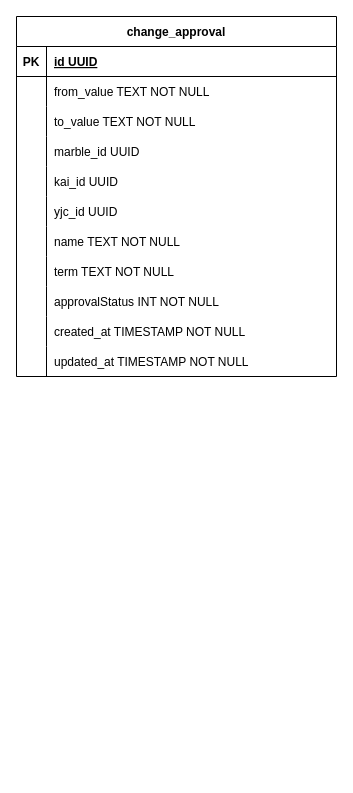
Above: kai-game-control.drawio in wayneGoCode/drawio-diagrams (draw.io), before the change. Source tidied: cells renumbered, new cells numbered last; positions are measured from the earlier drawing's top-left corner, leaving out a move shared by most shapes. Both pictures are drawn from the tidied source at 100%, with x=0, y=0 at pixel (16, 16).
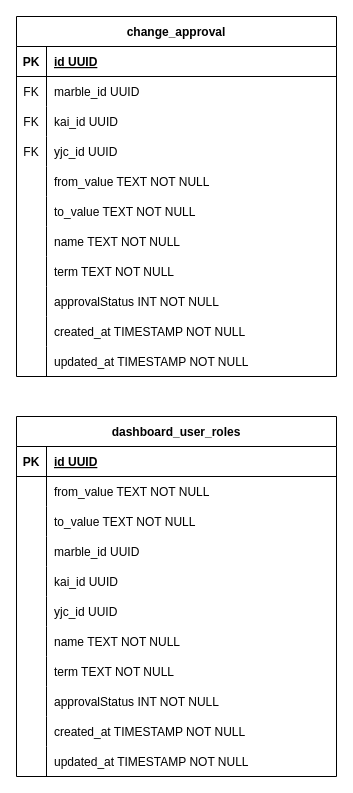
After the change.

Unchanged cells that the change refers to:
```xml
<mxCell id="2" value="change_approval" style="shape=table;startSize=30;childLayout=tableLayout;rowLines=0;fontStyle=1;align=center;" parent="1" vertex="1">
  <mxGeometry width="320" height="360" as="geometry" />
</mxCell>
```

Diff of the diagram source:
```diff
@@
-    <mxCell id="6" style="shape=tableRow;horizontal=0;startSize=0;swimlaneHead=0;swimlaneBody=0;fillColor=none;strokeColor=inherit;top=0;left=0;right=0;bottom=0;" parent="2" vertex="1">
-      <mxGeometry y="60" width="320" height="30" as="geometry" />
-    </mxCell>
-    <mxCell id="7" style="shape=partialRectangle;overflow=hidden;fillColor=none;strokeColor=inherit;top=0;left=0;bottom=0;right=0;" parent="6" vertex="1">
-      <mxGeometry width="30" height="30" as="geometry" />
-    </mxCell>
-    <mxCell id="8" value="from_value TEXT NOT NULL" style="shape=partialRectangle;overflow=hidden;fillColor=none;align=left;strokeColor=inherit;top=0;left=0;bottom=0;right=0;spacingLeft=6;" parent="6" vertex="1">
-      <mxGeometry x="30" width="290" height="30" as="geometry" />
-    </mxCell>
-    <mxCell id="9" style="shape=tableRow;horizontal=0;startSize=0;swimlaneHead=0;swimlaneBody=0;fillColor=none;strokeColor=inherit;top=0;left=0;right=0;bottom=0;" parent="2" vertex="1">
-      <mxGeometry y="90" width="320" height="30" as="geometry" />
-    </mxCell>
-    <mxCell id="10" style="shape=partialRectangle;overflow=hidden;fillColor=none;strokeColor=inherit;top=0;left=0;bottom=0;right=0;" parent="9" vertex="1">
-      <mxGeometry width="30" height="30" as="geometry" />
-    </mxCell>
-    <mxCell id="11" value="to_value TEXT NOT NULL" style="shape=partialRectangle;overflow=hidden;fillColor=none;align=left;strokeColor=inherit;top=0;left=0;bottom=0;right=0;spacingLeft=6;" parent="9" vertex="1">
-      <mxGeometry x="30" width="290" height="30" as="geometry" />
-    </mxCell>
     <mxCell id="12" style="shape=tableRow;horizontal=0;startSize=0;swimlaneHead=0;swimlaneBody=0;fillColor=none;strokeColor=inherit;top=0;left=0;right=0;bottom=0;" parent="2" vertex="1">
-      <mxGeometry y="120" width="320" height="30" as="geometry" />
+      <mxGeometry y="60" width="320" height="30" as="geometry" />
     </mxCell>
-    <mxCell id="13" style="shape=partialRectangle;overflow=hidden;fillColor=none;strokeColor=inherit;top=0;left=0;bottom=0;right=0;" parent="12" vertex="1">
+    <mxCell id="13" value="FK" style="shape=partialRectangle;overflow=hidden;fillColor=none;strokeColor=inherit;top=0;left=0;bottom=0;right=0;" parent="12" vertex="1">
       <mxGeometry width="30" height="30" as="geometry" />
     </mxCell>
@@
     <mxCell id="15" style="shape=tableRow;horizontal=0;startSize=0;swimlaneHead=0;swimlaneBody=0;fillColor=none;strokeColor=inherit;top=0;left=0;right=0;bottom=0;" parent="2" vertex="1">
-      <mxGeometry y="150" width="320" height="30" as="geometry" />
+      <mxGeometry y="90" width="320" height="30" as="geometry" />
     </mxCell>
-    <mxCell id="16" style="shape=partialRectangle;overflow=hidden;fillColor=none;strokeColor=inherit;top=0;left=0;bottom=0;right=0;" parent="15" vertex="1">
+    <mxCell id="16" value="FK" style="shape=partialRectangle;overflow=hidden;fillColor=none;strokeColor=inherit;top=0;left=0;bottom=0;right=0;" parent="15" vertex="1">
       <mxGeometry width="30" height="30" as="geometry" />
     </mxCell>
@@
     <mxCell id="18" style="shape=tableRow;horizontal=0;startSize=0;swimlaneHead=0;swimlaneBody=0;fillColor=none;strokeColor=inherit;top=0;left=0;right=0;bottom=0;" parent="2" vertex="1">
-      <mxGeometry y="180" width="320" height="30" as="geometry" />
+      <mxGeometry y="120" width="320" height="30" as="geometry" />
     </mxCell>
-    <mxCell id="19" style="shape=partialRectangle;overflow=hidden;fillColor=none;strokeColor=inherit;top=0;left=0;bottom=0;right=0;" parent="18" vertex="1">
+    <mxCell id="19" value="FK" style="shape=partialRectangle;overflow=hidden;fillColor=none;strokeColor=inherit;top=0;left=0;bottom=0;right=0;" parent="18" vertex="1">
       <mxGeometry width="30" height="30" as="geometry" />
     </mxCell>
@@
+    <mxCell id="6" style="shape=tableRow;horizontal=0;startSize=0;swimlaneHead=0;swimlaneBody=0;fillColor=none;strokeColor=inherit;top=0;left=0;right=0;bottom=0;" parent="2" vertex="1">
+      <mxGeometry y="150" width="320" height="30" as="geometry" />
+    </mxCell>
+    <mxCell id="7" style="shape=partialRectangle;overflow=hidden;fillColor=none;strokeColor=inherit;top=0;left=0;bottom=0;right=0;" parent="6" vertex="1">
+      <mxGeometry width="30" height="30" as="geometry" />
+    </mxCell>
+    <mxCell id="8" value="from_value TEXT NOT NULL" style="shape=partialRectangle;overflow=hidden;fillColor=none;align=left;strokeColor=inherit;top=0;left=0;bottom=0;right=0;spacingLeft=6;" parent="6" vertex="1">
+      <mxGeometry x="30" width="290" height="30" as="geometry" />
+    </mxCell>
+    <mxCell id="9" style="shape=tableRow;horizontal=0;startSize=0;swimlaneHead=0;swimlaneBody=0;fillColor=none;strokeColor=inherit;top=0;left=0;right=0;bottom=0;" parent="2" vertex="1">
+      <mxGeometry y="180" width="320" height="30" as="geometry" />
+    </mxCell>
+    <mxCell id="10" style="shape=partialRectangle;overflow=hidden;fillColor=none;strokeColor=inherit;top=0;left=0;bottom=0;right=0;" parent="9" vertex="1">
+      <mxGeometry width="30" height="30" as="geometry" />
+    </mxCell>
+    <mxCell id="11" value="to_value TEXT NOT NULL" style="shape=partialRectangle;overflow=hidden;fillColor=none;align=left;strokeColor=inherit;top=0;left=0;bottom=0;right=0;spacingLeft=6;" parent="9" vertex="1">
+      <mxGeometry x="30" width="290" height="30" as="geometry" />
+    </mxCell>
@@
+    <mxCell id="36" value="dashboard_user_roles" style="shape=table;startSize=30;childLayout=tableLayout;rowLines=0;fontStyle=1;align=center;" parent="1" vertex="1">
+      <mxGeometry y="400" width="320" height="360" as="geometry" />
+    </mxCell>
+    <mxCell id="37" style="shape=tableRow;horizontal=0;startSize=0;swimlaneHead=0;swimlaneBody=0;fillColor=none;strokeColor=inherit;top=0;left=0;right=0;bottom=1;" parent="36" vertex="1">
+      <mxGeometry y="30" width="320" height="30" as="geometry" />
+    </mxCell>
+    <mxCell id="38" value="PK" style="shape=partialRectangle;overflow=hidden;fillColor=none;strokeColor=inherit;top=0;left=0;bottom=0;right=0;fontStyle=1;" parent="37" vertex="1">
+      <mxGeometry width="30" height="30" as="geometry" />
+    </mxCell>
+    <mxCell id="39" value="id UUID" style="shape=partialRectangle;overflow=hidden;fillColor=none;align=left;strokeColor=inherit;top=0;left=0;bottom=0;right=0;spacingLeft=6;fontStyle=5;" parent="37" vertex="1">
+      <mxGeometry x="30" width="290" height="30" as="geometry" />
+    </mxCell>
+    <mxCell id="40" style="shape=tableRow;horizontal=0;startSize=0;swimlaneHead=0;swimlaneBody=0;fillColor=none;strokeColor=inherit;top=0;left=0;right=0;bottom=0;" parent="36" vertex="1">
+      <mxGeometry y="60" width="320" height="30" as="geometry" />
+    </mxCell>
+    <mxCell id="41" style="shape=partialRectangle;overflow=hidden;fillColor=none;strokeColor=inherit;top=0;left=0;bottom=0;right=0;" parent="40" vertex="1">
+      <mxGeometry width="30" height="30" as="geometry" />
+    </mxCell>
+    <mxCell id="42" value="from_value TEXT NOT NULL" style="shape=partialRectangle;overflow=hidden;fillColor=none;align=left;strokeColor=inherit;top=0;left=0;bottom=0;right=0;spacingLeft=6;" parent="40" vertex="1">
+      <mxGeometry x="30" width="290" height="30" as="geometry" />
+    </mxCell>
+    <mxCell id="43" style="shape=tableRow;horizontal=0;startSize=0;swimlaneHead=0;swimlaneBody=0;fillColor=none;strokeColor=inherit;top=0;left=0;right=0;bottom=0;" parent="36" vertex="1">
+      <mxGeometry y="90" width="320" height="30" as="geometry" />
+    </mxCell>
+    <mxCell id="44" style="shape=partialRectangle;overflow=hidden;fillColor=none;strokeColor=inherit;top=0;left=0;bottom=0;right=0;" parent="43" vertex="1">
+      <mxGeometry width="30" height="30" as="geometry" />
+    </mxCell>
+    <mxCell id="45" value="to_value TEXT NOT NULL" style="shape=partialRectangle;overflow=hidden;fillColor=none;align=left;strokeColor=inherit;top=0;left=0;bottom=0;right=0;spacingLeft=6;" parent="43" vertex="1">
+      <mxGeometry x="30" width="290" height="30" as="geometry" />
+    </mxCell>
+    <mxCell id="46" style="shape=tableRow;horizontal=0;startSize=0;swimlaneHead=0;swimlaneBody=0;fillColor=none;strokeColor=inherit;top=0;left=0;right=0;bottom=0;" parent="36" vertex="1">
+      <mxGeometry y="120" width="320" height="30" as="geometry" />
+    </mxCell>
+    <mxCell id="47" style="shape=partialRectangle;overflow=hidden;fillColor=none;strokeColor=inherit;top=0;left=0;bottom=0;right=0;" parent="46" vertex="1">
+      <mxGeometry width="30" height="30" as="geometry" />
+    </mxCell>
+    <mxCell id="48" value="marble_id UUID" style="shape=partialRectangle;overflow=hidden;fillColor=none;align=left;strokeColor=inherit;top=0;left=0;bottom=0;right=0;spacingLeft=6;" parent="46" vertex="1">
+      <mxGeometry x="30" width="290" height="30" as="geometry" />
+    </mxCell>
+    <mxCell id="49" style="shape=tableRow;horizontal=0;startSize=0;swimlaneHead=0;swimlaneBody=0;fillColor=none;strokeColor=inherit;top=0;left=0;right=0;bottom=0;" parent="36" vertex="1">
+      <mxGeometry y="150" width="320" height="30" as="geometry" />
+    </mxCell>
+    <mxCell id="50" style="shape=partialRectangle;overflow=hidden;fillColor=none;strokeColor=inherit;top=0;left=0;bottom=0;right=0;" parent="49" vertex="1">
+      <mxGeometry width="30" height="30" as="geometry" />
+    </mxCell>
+    <mxCell id="51" value="kai_id UUID" style="shape=partialRectangle;overflow=hidden;fillColor=none;align=left;strokeColor=inherit;top=0;left=0;bottom=0;right=0;spacingLeft=6;" parent="49" vertex="1">
+      <mxGeometry x="30" width="290" height="30" as="geometry" />
+    </mxCell>
+    <mxCell id="52" style="shape=tableRow;horizontal=0;startSize=0;swimlaneHead=0;swimlaneBody=0;fillColor=none;strokeColor=inherit;top=0;left=0;right=0;bottom=0;" parent="36" vertex="1">
+      <mxGeometry y="180" width="320" height="30" as="geometry" />
+    </mxCell>
+    <mxCell id="53" style="shape=partialRectangle;overflow=hidden;fillColor=none;strokeColor=inherit;top=0;left=0;bottom=0;right=0;" parent="52" vertex="1">
+      <mxGeometry width="30" height="30" as="geometry" />
+    </mxCell>
+    <mxCell id="54" value="yjc_id UUID" style="shape=partialRectangle;overflow=hidden;fillColor=none;align=left;strokeColor=inherit;top=0;left=0;bottom=0;right=0;spacingLeft=6;" parent="52" vertex="1">
+      <mxGeometry x="30" width="290" height="30" as="geometry" />
+    </mxCell>
+    <mxCell id="55" style="shape=tableRow;horizontal=0;startSize=0;swimlaneHead=0;swimlaneBody=0;fillColor=none;strokeColor=inherit;top=0;left=0;right=0;bottom=0;" parent="36" vertex="1">
+      <mxGeometry y="210" width="320" height="30" as="geometry" />
+    </mxCell>
+    <mxCell id="56" style="shape=partialRectangle;overflow=hidden;fillColor=none;strokeColor=inherit;top=0;left=0;bottom=0;right=0;" parent="55" vertex="1">
+      <mxGeometry width="30" height="30" as="geometry" />
+    </mxCell>
+    <mxCell id="57" value="name TEXT NOT NULL" style="shape=partialRectangle;overflow=hidden;fillColor=none;align=left;strokeColor=inherit;top=0;left=0;bottom=0;right=0;spacingLeft=6;" parent="55" vertex="1">
+      <mxGeometry x="30" width="290" height="30" as="geometry" />
+    </mxCell>
+    <mxCell id="58" style="shape=tableRow;horizontal=0;startSize=0;swimlaneHead=0;swimlaneBody=0;fillColor=none;strokeColor=inherit;top=0;left=0;right=0;bottom=0;" parent="36" vertex="1">
+      <mxGeometry y="240" width="320" height="30" as="geometry" />
+    </mxCell>
+    <mxCell id="59" style="shape=partialRectangle;overflow=hidden;fillColor=none;strokeColor=inherit;top=0;left=0;bottom=0;right=0;" parent="58" vertex="1">
+      <mxGeometry width="30" height="30" as="geometry" />
+    </mxCell>
+    <mxCell id="60" value="term TEXT NOT NULL" style="shape=partialRectangle;overflow=hidden;fillColor=none;align=left;strokeColor=inherit;top=0;left=0;bottom=0;right=0;spacingLeft=6;" parent="58" vertex="1">
+      <mxGeometry x="30" width="290" height="30" as="geometry" />
+    </mxCell>
+    <mxCell id="61" style="shape=tableRow;horizontal=0;startSize=0;swimlaneHead=0;swimlaneBody=0;fillColor=none;strokeColor=inherit;top=0;left=0;right=0;bottom=0;" parent="36" vertex="1">
+      <mxGeometry y="270" width="320" height="30" as="geometry" />
+    </mxCell>
+    <mxCell id="62" style="shape=partialRectangle;overflow=hidden;fillColor=none;strokeColor=inherit;top=0;left=0;bottom=0;right=0;" parent="61" vertex="1">
+      <mxGeometry width="30" height="30" as="geometry" />
+    </mxCell>
+    <mxCell id="63" value="approvalStatus INT NOT NULL" style="shape=partialRectangle;overflow=hidden;fillColor=none;align=left;strokeColor=inherit;top=0;left=0;bottom=0;right=0;spacingLeft=6;" parent="61" vertex="1">
+      <mxGeometry x="30" width="290" height="30" as="geometry" />
+    </mxCell>
+    <mxCell id="64" style="shape=tableRow;horizontal=0;startSize=0;swimlaneHead=0;swimlaneBody=0;fillColor=none;strokeColor=inherit;top=0;left=0;right=0;bottom=0;" parent="36" vertex="1">
+      <mxGeometry y="300" width="320" height="30" as="geometry" />
+    </mxCell>
+    <mxCell id="65" style="shape=partialRectangle;overflow=hidden;fillColor=none;strokeColor=inherit;top=0;left=0;bottom=0;right=0;" parent="64" vertex="1">
+      <mxGeometry width="30" height="30" as="geometry" />
+    </mxCell>
+    <mxCell id="66" value="created_at TIMESTAMP NOT NULL" style="shape=partialRectangle;overflow=hidden;fillColor=none;align=left;strokeColor=inherit;top=0;left=0;bottom=0;right=0;spacingLeft=6;" parent="64" vertex="1">
+      <mxGeometry x="30" width="290" height="30" as="geometry" />
+    </mxCell>
+    <mxCell id="67" style="shape=tableRow;horizontal=0;startSize=0;swimlaneHead=0;swimlaneBody=0;fillColor=none;strokeColor=inherit;top=0;left=0;right=0;bottom=0;" parent="36" vertex="1">
+      <mxGeometry y="330" width="320" height="30" as="geometry" />
+    </mxCell>
+    <mxCell id="68" style="shape=partialRectangle;overflow=hidden;fillColor=none;strokeColor=inherit;top=0;left=0;bottom=0;right=0;" parent="67" vertex="1">
+      <mxGeometry width="30" height="30" as="geometry" />
+    </mxCell>
+    <mxCell id="69" value="updated_at TIMESTAMP NOT NULL" style="shape=partialRectangle;overflow=hidden;fillColor=none;align=left;strokeColor=inherit;top=0;left=0;bottom=0;right=0;spacingLeft=6;" parent="67" vertex="1">
+      <mxGeometry x="30" width="290" height="30" as="geometry" />
+    </mxCell>
```
